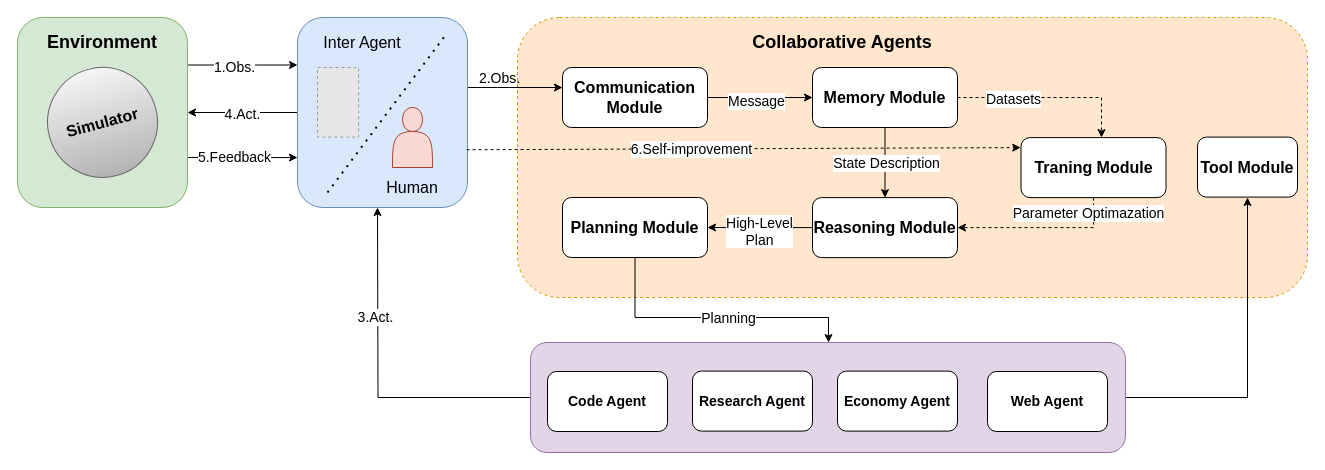
Above: messageChannel.drawio in RuishanFang/notes (draw.io), before the change. Source tidied: cells renumbered, new cells numbered last; positions are measured from the earlier drawing's top-left corner, leaving out a move shared by most shapes. Both pictures are drawn from the tidied source at 100%, with x=0, y=0 at pixel (17, 17). Pictures stored in the file or linked from it are replaced by grey dashed boxes.
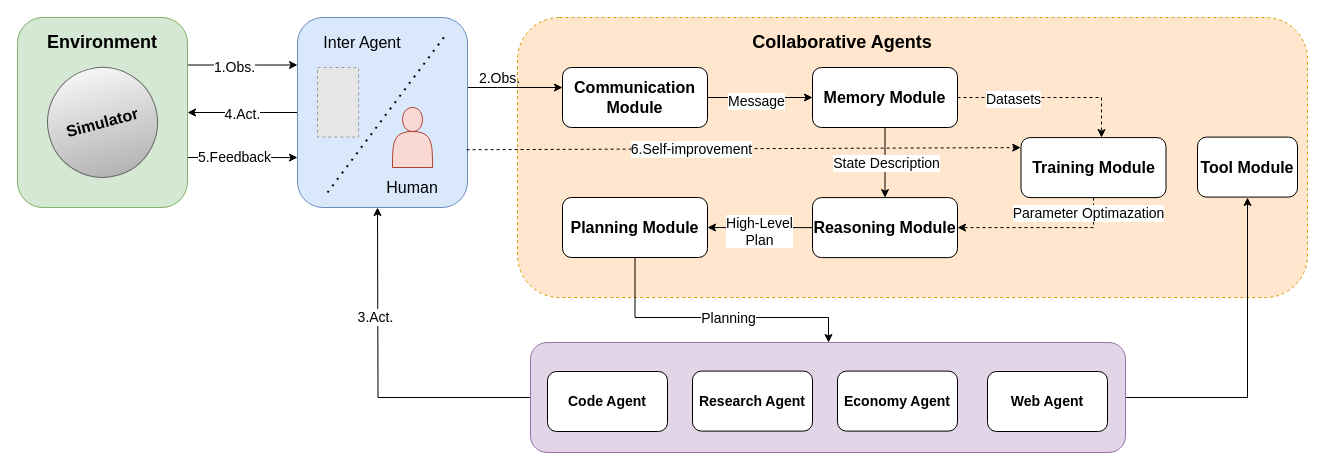
The same diagram, later.

The edit, as a diff of the source:
```diff
@@
-    <mxCell id="41" value="&lt;font style=&quot;font-size: 16px;&quot;&gt;&lt;b style=&quot;&quot;&gt;Traning&amp;nbsp;Module&lt;/b&gt;&lt;/font&gt;" style="rounded=1;whiteSpace=wrap;html=1;" parent="1" vertex="1">
+    <mxCell id="41" value="&lt;font style=&quot;font-size: 16px;&quot;&gt;&lt;b style=&quot;&quot;&gt;Training&amp;nbsp;Module&lt;/b&gt;&lt;/font&gt;" style="rounded=1;whiteSpace=wrap;html=1;" parent="1" vertex="1">
       <mxGeometry x="1003.5" y="120.1" width="145" height="60" as="geometry" />
     </mxCell>
```
